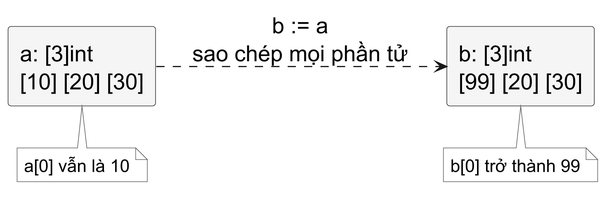
Above: assets/diagrams/array-copy.png in Minhlike/Golang (PlantUML), before the change.
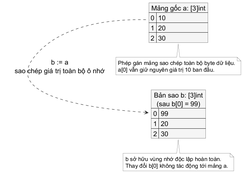
The same file after the commit.

Diff of the diagram source:
```diff
@@ -1,27 +1,44 @@
 @startuml
-skinparamlocked dpi 300
 skinparam backgroundColor white
 skinparam shadowing false
 skinparam defaultFontName "Source Sans 3"
-skinparam defaultFontSize 19
+skinparam defaultFontSize 18
 skinparam defaultFontColor #000000
-skinparam rectangle {
+skinparam arrowColor #222222
+skinparam map {
   BackgroundColor #F5F5F5
   BorderColor #222222
   FontColor #000000
-  RoundCorner 5
 }
 skinparam note {
   BackgroundColor #FFFFFF
   BorderColor #555555
   FontColor #000000
-  FontName "Source Sans 3"
   FontSize 15
 }
 left to right direction
-rectangle "a: [3]int\n[10] [20] [30]" as a
-rectangle "b: [3]int\n[99] [20] [30]" as b
-a ..> b : b := a\nsao chép mọi phần tử
-note bottom of a : a[0] vẫn là 10
-note bottom of b : b[0] trở thành 99
+
+map "Mảng gốc a: [3]int" as a {
+  0 => 10
+  1 => 20
+  2 => 30
+}
+
+map "Bản sao b: [3]int\n(sau b[0] = 99)" as b {
+  0 => 99
+  1 => 20
+  2 => 30
+}
+
+a .right.> b : b := a\nsao chép giá trị toàn bộ ô nhớ
+
+note bottom of a
+  Phép gán mảng sao chép toàn bộ byte dữ liệu.
+  a[0] vẫn giữ nguyên giá trị 10 ban đầu.
+end note
+
+note bottom of b
+  b sở hữu vùng nhớ độc lập hoàn toàn.
+  Thay đổi b[0] không tác động tới mảng a.
+end note
 @enduml
```
